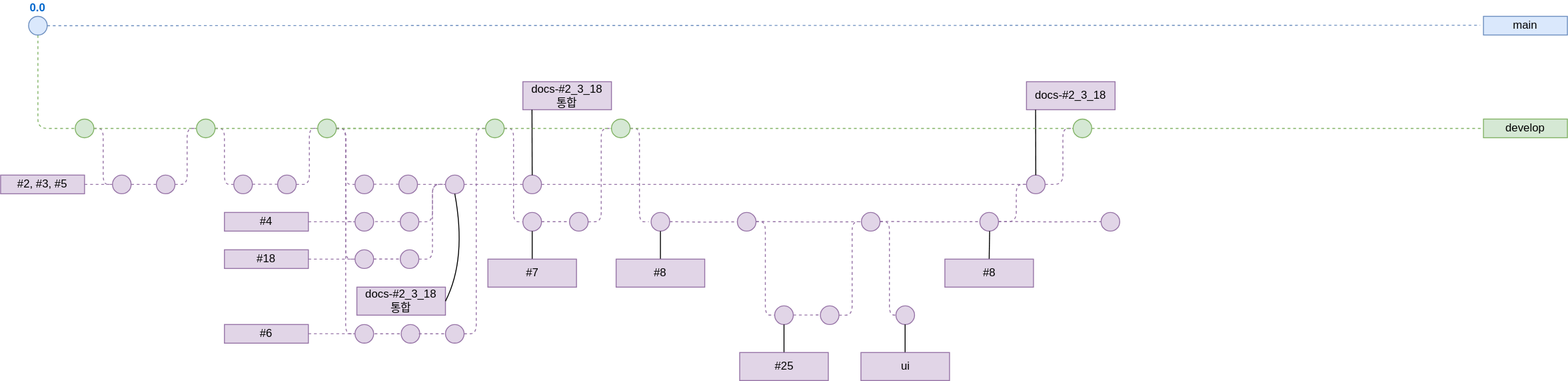
The draw.io diagram docs/git/gitBranch.drawio.svg in 1Dohyeon/RentEase, before a commit. Source tidied: cells renumbered, new cells last; positions are measured from the earlier drawing's top-left corner, leaving out a move shared by most shapes.
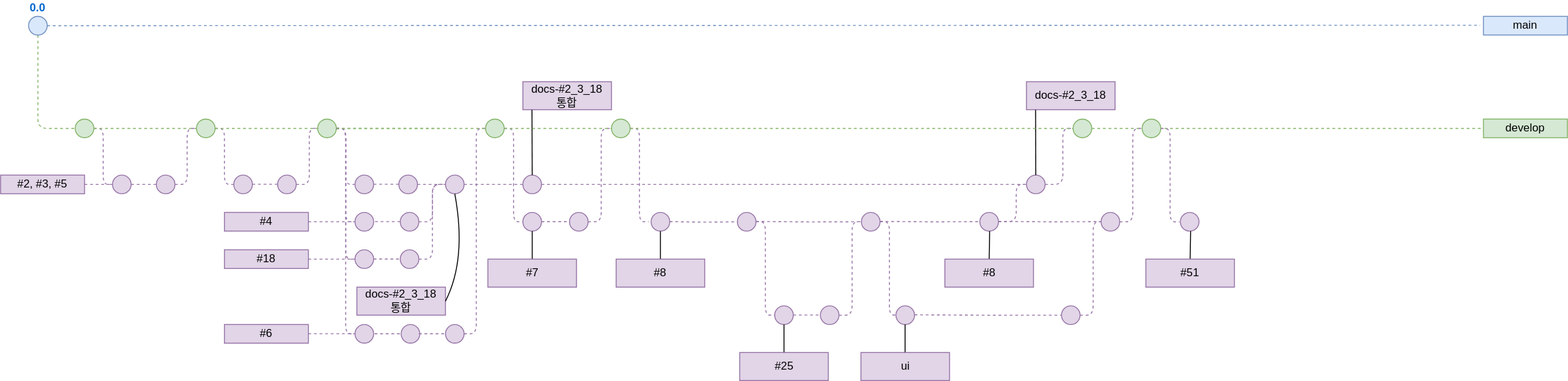
The same file after the commit.

Change to the diagram source:
```diff
@@ -502,5 +502,57 @@
     <mxCell id="104" style="ellipse;whiteSpace=wrap;html=1;fontSize=10;fillColor=#e1d5e7;strokeColor=#9673a6;" parent="1" vertex="1">
       <mxGeometry x="1180" y="210" width="20" height="20" as="geometry" />
     </mxCell>
+    <mxCell id="105" style="ellipse;whiteSpace=wrap;html=1;fillColor=#d5e8d4;strokeColor=#82b366;" parent="1" vertex="1">
+      <mxGeometry x="1224" y="110" width="20" height="20" as="geometry" />
+    </mxCell>
+    <mxCell id="106" style="edgeStyle=orthogonalEdgeStyle;rounded=1;orthogonalLoop=1;jettySize=auto;html=1;dashed=1;endArrow=none;endFill=0;fontSize=12;fontColor=#FFB570;fillColor=#e1d5e7;strokeColor=#9673a6;entryX=0;entryY=0.5;entryDx=0;entryDy=0;" parent="1" edge="1">
+      <mxGeometry relative="1" as="geometry">
+        <mxPoint x="1200" y="220" as="sourcePoint" />
+        <mxPoint x="1225" y="120" as="targetPoint" />
+        <Array as="points">
+          <mxPoint x="1214" y="220" />
+          <mxPoint x="1214" y="120" />
+        </Array>
+      </mxGeometry>
+    </mxCell>
+    <mxCell id="107" style="edgeStyle=orthogonalEdgeStyle;rounded=1;orthogonalLoop=1;jettySize=auto;html=1;dashed=1;endArrow=none;endFill=0;fontSize=12;fontColor=#FFB570;fillColor=#e1d5e7;strokeColor=#9673a6;exitX=1;exitY=0.5;exitDx=0;exitDy=0;entryX=0;entryY=0.5;entryDx=0;entryDy=0;" parent="1" edge="1">
+      <mxGeometry relative="1" as="geometry">
+        <mxPoint x="1244" y="120.1" as="sourcePoint" />
+        <mxPoint x="1264" y="220.1" as="targetPoint" />
+        <Array as="points">
+          <mxPoint x="1254" y="120.1" />
+          <mxPoint x="1254" y="220.1" />
+        </Array>
+      </mxGeometry>
+    </mxCell>
+    <mxCell id="108" style="ellipse;whiteSpace=wrap;html=1;fontSize=10;fillColor=#e1d5e7;strokeColor=#9673a6;" parent="1" vertex="1">
+      <mxGeometry x="1265" y="210" width="20" height="20" as="geometry" />
+    </mxCell>
+    <mxCell id="109" style="edgeStyle=orthogonalEdgeStyle;rounded=0;jettySize=auto;html=1;exitX=0.5;exitY=0;exitDx=0;exitDy=0;entryX=0.5;entryY=1;entryDx=0;entryDy=0;endArrow=none;endFill=0;" parent="1" edge="1" source="110">
+      <mxGeometry relative="1" as="geometry">
+        <mxPoint x="1276" y="230" as="targetPoint" />
+      </mxGeometry>
+    </mxCell>
+    <mxCell id="110" value="#51" style="text;html=1;strokeColor=#9673a6;fillColor=#e1d5e7;align=center;verticalAlign=middle;whiteSpace=wrap;rounded=0;" parent="1" vertex="1">
+      <mxGeometry x="1228" y="260" width="95" height="30" as="geometry" />
+    </mxCell>
+    <mxCell id="111" style="ellipse;whiteSpace=wrap;html=1;fontSize=10;fillColor=#e1d5e7;strokeColor=#9673a6;" parent="1" vertex="1">
+      <mxGeometry x="1137.5" y="310" width="20" height="20" as="geometry" />
+    </mxCell>
+    <mxCell id="112" style="edgeStyle=orthogonalEdgeStyle;rounded=1;orthogonalLoop=1;jettySize=auto;html=1;dashed=1;endArrow=none;endFill=0;fontSize=12;fontColor=#FFB570;fillColor=#e1d5e7;strokeColor=#9673a6;entryX=0;entryY=0.5;entryDx=0;entryDy=0;" parent="1" edge="1">
+      <mxGeometry relative="1" as="geometry">
+        <mxPoint x="1157.5" y="320" as="sourcePoint" />
+        <mxPoint x="1182.5" y="220" as="targetPoint" />
+        <Array as="points">
+          <mxPoint x="1171.5" y="320" />
+          <mxPoint x="1171.5" y="220" />
+        </Array>
+      </mxGeometry>
+    </mxCell>
+    <mxCell id="113" style="edgeStyle=orthogonalEdgeStyle;rounded=1;jettySize=auto;html=1;dashed=1;endArrow=none;endFill=0;fontSize=12;fontColor=#FFB570;fillColor=#e1d5e7;strokeColor=#9673a6;entryX=0;entryY=0.5;entryDx=0;entryDy=0;" parent="1" edge="1" target="111">
+      <mxGeometry relative="1" as="geometry">
+        <mxPoint x="980" y="319.6" as="sourcePoint" />
+      </mxGeometry>
+    </mxCell>
   </root>
 </mxGraphModel>
```
